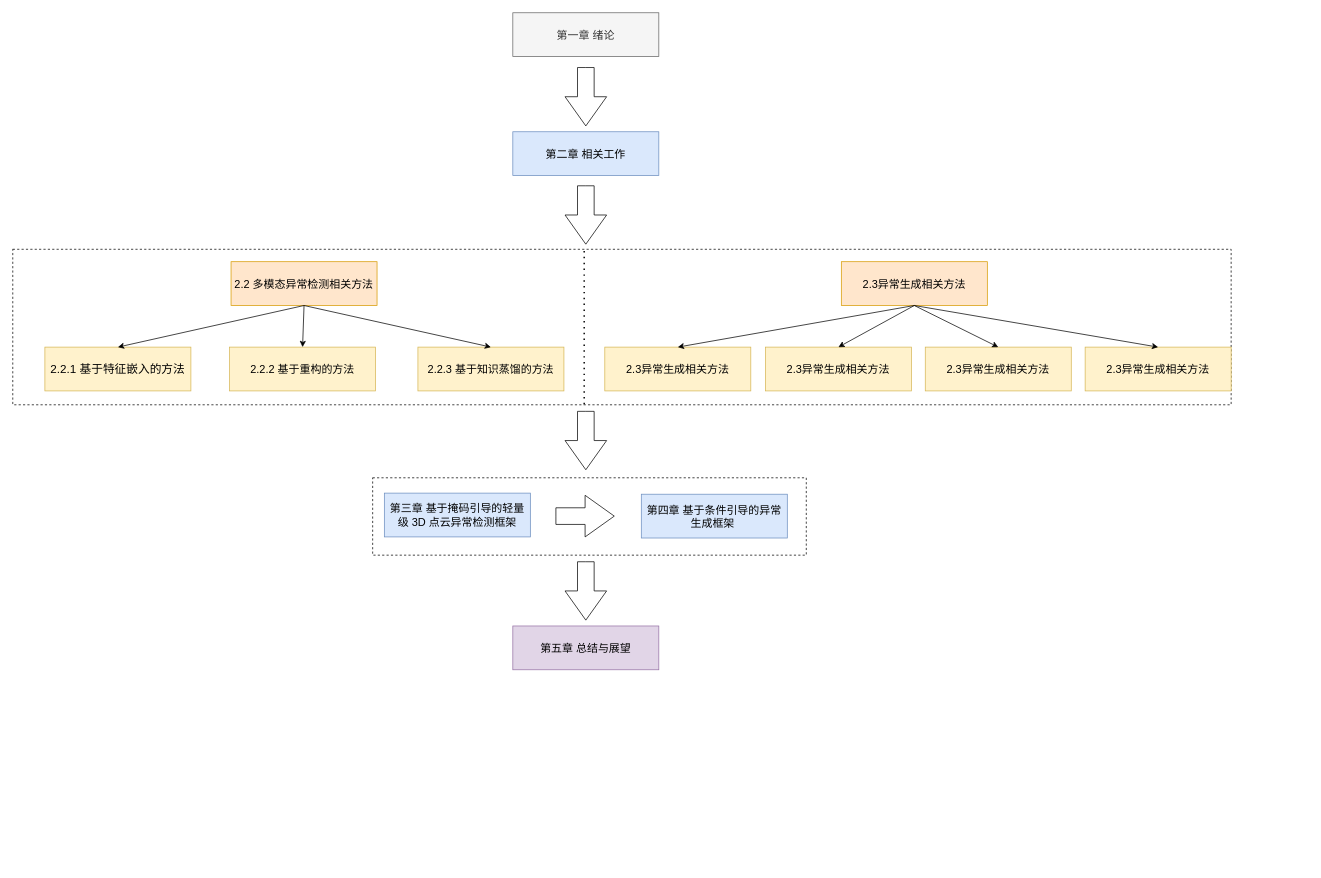
The draw.io diagram 论文框架.drawio in Kuzma77/Picture, before the edit. Source tidied: cells renumbered, new cells numbered last; positions are measured from the earlier drawing's top-left corner, leaving out a move shared by most shapes. Both pictures are drawn from the tidied source at 73%, with x=0, y=0 at pixel (12, 12).
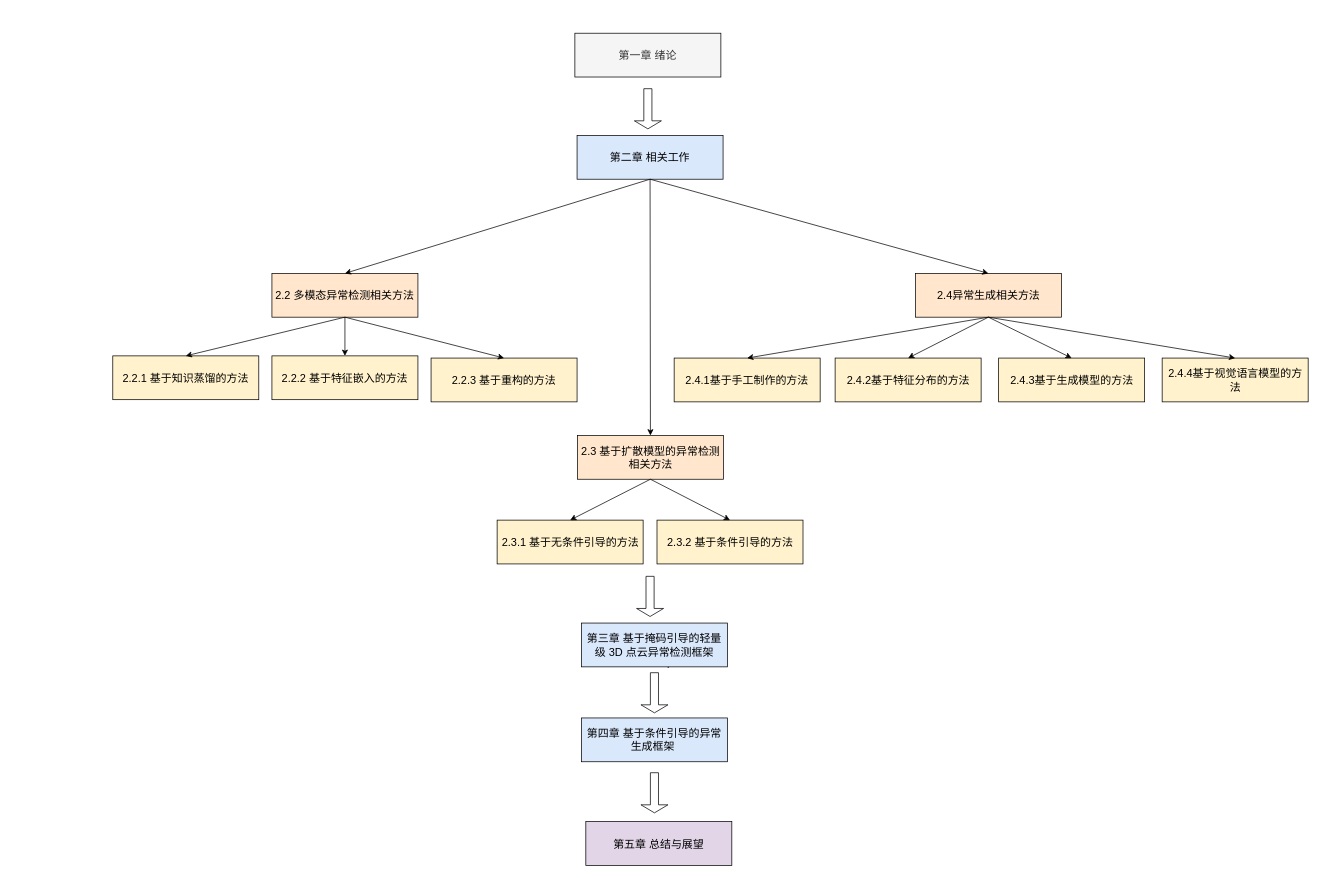
The same page after the edit.

Commit message:
更新论文框架.drawio

What changed in the source:
```diff
@@
-    <mxCell id="2" value="第一章 绪论" style="rounded=0;whiteSpace=wrap;html=1;fontFamily=Helvetica;fontStyle=0;fontSize=15;fillColor=#f5f5f5;strokeColor=#666666;fontColor=#333333;" parent="1" vertex="1">
-      <mxGeometry x="685" width="200" height="60" as="geometry" />
+    <mxCell id="2" value="第一章 绪论" style="rounded=0;whiteSpace=wrap;html=1;fontFamily=Helvetica;fontStyle=0;fontSize=15;fillColor=#f5f5f5;strokeColor=#000000;fontColor=#333333;" parent="1" vertex="1">
+      <mxGeometry x="770" y="28" width="200" height="60" as="geometry" />
     </mxCell>
-    <mxCell id="3" value="第二章 相关工作" style="rounded=0;whiteSpace=wrap;html=1;fontFamily=Helvetica;fontStyle=0;fontSize=15;fillColor=#dae8fc;strokeColor=#6c8ebf;" parent="1" vertex="1">
-      <mxGeometry x="685" y="163" width="200" height="60" as="geometry" />
+    <mxCell id="3" value="第二章 相关工作" style="rounded=0;whiteSpace=wrap;html=1;fontFamily=Helvetica;fontStyle=0;fontSize=15;fillColor=#dae8fc;strokeColor=#000000;" parent="1" vertex="1">
+      <mxGeometry x="773" y="168" width="200" height="60" as="geometry" />
     </mxCell>
-    <mxCell id="4" value="第五章 总结与展望" style="rounded=0;whiteSpace=wrap;html=1;fontFamily=Helvetica;fontStyle=0;fontSize=15;fillColor=#e1d5e7;strokeColor=#9673a6;" parent="1" vertex="1">
-      <mxGeometry x="685" y="840" width="200" height="60" as="geometry" />
+    <mxCell id="4" value="第五章 总结与展望" style="rounded=0;whiteSpace=wrap;html=1;fontFamily=Helvetica;fontStyle=0;fontSize=15;fillColor=#e1d5e7;strokeColor=#000000;" parent="1" vertex="1">
+      <mxGeometry x="785" y="1108" width="200" height="60" as="geometry" />
     </mxCell>
-    <mxCell id="5" style="html=1;shadow=0;dashed=0;align=center;verticalAlign=middle;shape=mxgraph.arrows2.arrow;dy=0.6;dx=40;direction=south;notch=0;" parent="1" vertex="1">
-      <mxGeometry x="756.5" y="75" width="57" height="80" as="geometry" />
-    </mxCell>
-    <mxCell id="6" style="html=1;shadow=0;dashed=0;align=center;verticalAlign=middle;shape=mxgraph.arrows2.arrow;dy=0.6;dx=40;direction=south;notch=0;" parent="1" vertex="1">
-      <mxGeometry x="756.5" y="237" width="57" height="80" as="geometry" />
-    </mxCell>
-    <mxCell id="7" style="html=1;shadow=0;dashed=0;align=center;verticalAlign=middle;shape=mxgraph.arrows2.arrow;dy=0.6;dx=40;direction=south;notch=0;" parent="1" vertex="1">
-      <mxGeometry x="756.5" y="546" width="57" height="80" as="geometry" />
-    </mxCell>
-    <mxCell id="8" style="html=1;shadow=0;dashed=0;align=center;verticalAlign=middle;shape=mxgraph.arrows2.arrow;dy=0.6;dx=40;direction=south;notch=0;" parent="1" vertex="1">
-      <mxGeometry x="756.5" y="752" width="57" height="80" as="geometry" />
-    </mxCell>
-    <mxCell id="9" style="group;" parent="1" vertex="1">
-      <mxGeometry y="324" width="1669" height="213" as="geometry" />
-    </mxCell>
-    <mxCell id="10" style="rounded=0;whiteSpace=wrap;html=1;dashed=1;" parent="9" vertex="1">
-      <mxGeometry width="1669" height="213" as="geometry" />
-    </mxCell>
+    <mxCell id="33" style="shape=singleArrow;whiteSpace=wrap;html=1;direction=south;" parent="1" vertex="1">
+      <mxGeometry x="851.5" y="104" width="37" height="55" as="geometry" />
+    </mxCell>
+    <mxCell id="34" style="shape=singleArrow;whiteSpace=wrap;html=1;direction=south;" parent="1" vertex="1">
+      <mxGeometry x="854.5" y="772" width="37" height="55" as="geometry" />
+    </mxCell>
+    <mxCell id="35" style="group;" parent="1" vertex="1">
+      <mxGeometry x="137" y="357" width="636" height="176" as="geometry" />
+    </mxCell>
-    <mxCell id="11" value="2.2 多模态异常检测相关方法" style="rounded=0;whiteSpace=wrap;html=1;fontFamily=Helvetica;fontStyle=0;fontSize=15;fillColor=#ffe6cc;strokeColor=#d79b00;" parent="9" vertex="1">
-      <mxGeometry x="299" y="17" width="200" height="60" as="geometry" />
+    <mxCell id="11" value="2.2 多模态异常检测相关方法" style="rounded=0;whiteSpace=wrap;html=1;fontFamily=Helvetica;fontStyle=0;fontSize=15;fillColor=#ffe6cc;strokeColor=#000000;align=center;" parent="35" vertex="1">
+      <mxGeometry x="218" width="200" height="60" as="geometry" />
     </mxCell>
-    <mxCell id="12" value="2.3异常生成相关方法" style="rounded=0;whiteSpace=wrap;html=1;fontFamily=Helvetica;fontStyle=0;fontSize=15;fillColor=#ffe6cc;strokeColor=#d79b00;" parent="9" vertex="1">
-      <mxGeometry x="1135" y="17" width="200" height="60" as="geometry" />
-    </mxCell>
-    <mxCell id="13" value="2.2.1 基于特征嵌入的方法" style="rounded=0;whiteSpace=wrap;html=1;fontFamily=Helvetica;fontStyle=0;fontSize=16;fillColor=#fff2cc;strokeColor=#d6b656;" parent="9" vertex="1">
-      <mxGeometry x="44" y="134" width="200" height="60" as="geometry" />
-    </mxCell>
-    <mxCell id="14" value="2.2.2 基于重构的方法" style="rounded=0;whiteSpace=wrap;html=1;fontFamily=Helvetica;fontStyle=0;fontSize=15;fillColor=#fff2cc;strokeColor=#d6b656;" parent="9" vertex="1">
-      <mxGeometry x="297" y="134" width="200" height="60" as="geometry" />
+    <mxCell id="14" value="2.2.2 基于特征嵌入的方法" style="rounded=0;whiteSpace=wrap;html=1;fontFamily=Helvetica;fontStyle=0;fontSize=15;fillColor=#fff2cc;strokeColor=#000000;align=center;" parent="35" vertex="1">
+      <mxGeometry x="218" y="113" width="200" height="60" as="geometry" />
     </mxCell>
-    <mxCell id="15" value="2.2.3 基于知识蒸馏的方法" style="rounded=0;whiteSpace=wrap;html=1;fontFamily=Helvetica;fontStyle=0;fontSize=15;fillColor=#fff2cc;strokeColor=#d6b656;" parent="9" vertex="1">
-      <mxGeometry x="555" y="134" width="200" height="60" as="geometry" />
+    <mxCell id="15" value="2.2.3 基于重构的方法" style="rounded=0;whiteSpace=wrap;html=1;fontFamily=Helvetica;fontStyle=0;fontSize=15;fillColor=#fff2cc;strokeColor=#000000;align=center;" parent="35" vertex="1">
+      <mxGeometry x="436" y="116" width="200" height="60" as="geometry" />
     </mxCell>
+    <mxCell id="36" value="2.2.1 基于知识蒸馏的方法" style="rounded=0;whiteSpace=wrap;html=1;fontFamily=Helvetica;fontStyle=0;fontSize=15;fillColor=#fff2cc;strokeColor=#000000;align=center;" parent="35" vertex="1">
+      <mxGeometry y="113" width="200" height="60" as="geometry" />
+    </mxCell>
+    <mxCell id="37" style="endArrow=classic;html=1;rounded=0;exitX=0.5;exitY=1;exitDx=0;exitDy=0;entryX=0.5;entryY=0;entryDx=0;entryDy=0;" parent="35" edge="1" source="11" target="36">
+      <mxGeometry relative="1" as="geometry" />
+    </mxCell>
+    <mxCell id="21" style="endArrow=classic;html=1;rounded=0;exitX=0.5;exitY=1;exitDx=0;exitDy=0;entryX=0.5;entryY=0;entryDx=0;entryDy=0;" parent="35" edge="1" source="11" target="14">
+      <mxGeometry relative="1" as="geometry" />
+    </mxCell>
+    <mxCell id="22" style="endArrow=classic;html=1;rounded=0;exitX=0.5;exitY=1;exitDx=0;exitDy=0;entryX=0.5;entryY=0;entryDx=0;entryDy=0;" parent="35" edge="1" source="11" target="15">
+      <mxGeometry relative="1" as="geometry" />
+    </mxCell>
+    <mxCell id="38" style="group;" parent="1" vertex="1">
+      <mxGeometry x="663.5" y="579" width="419" height="176" as="geometry" />
+    </mxCell>
+    <mxCell id="39" value="2.3 基于扩散模型的异常检测相关方法" style="rounded=0;whiteSpace=wrap;html=1;fontFamily=Helvetica;fontStyle=0;fontSize=15;fillColor=#ffe6cc;strokeColor=#000000;align=center;" parent="38" vertex="1">
+      <mxGeometry x="110" width="200" height="60" as="geometry" />
+    </mxCell>
+    <mxCell id="40" value="2.3.1 基于无条件引导的方法" style="rounded=0;whiteSpace=wrap;html=1;fontFamily=Helvetica;fontStyle=0;fontSize=15;fillColor=#fff2cc;strokeColor=#000000;align=center;" parent="38" vertex="1">
+      <mxGeometry y="116" width="200" height="60" as="geometry" />
+    </mxCell>
+    <mxCell id="41" value="2.3.2 基于条件引导的方法" style="rounded=0;whiteSpace=wrap;html=1;fontFamily=Helvetica;fontStyle=0;fontSize=15;fillColor=#fff2cc;strokeColor=#000000;align=center;" parent="38" vertex="1">
+      <mxGeometry x="219" y="116" width="200" height="60" as="geometry" />
+    </mxCell>
+    <mxCell id="42" style="endArrow=classic;html=1;rounded=0;exitX=0.5;exitY=1;exitDx=0;exitDy=0;entryX=0.5;entryY=0;entryDx=0;entryDy=0;" parent="38" edge="1" source="39" target="40">
+      <mxGeometry relative="1" as="geometry" />
+    </mxCell>
+    <mxCell id="43" style="endArrow=classic;html=1;rounded=0;exitX=0.5;exitY=1;exitDx=0;exitDy=0;entryX=0.5;entryY=0;entryDx=0;entryDy=0;" parent="38" edge="1" source="39" target="41">
+      <mxGeometry relative="1" as="geometry" />
+    </mxCell>
+    <mxCell id="44" style="group;" parent="1" vertex="1">
+      <mxGeometry x="906" y="357" width="868.5" height="176" as="geometry" />
+    </mxCell>
+    <mxCell id="12" value="2.4异常生成相关方法" style="rounded=0;whiteSpace=wrap;html=1;fontFamily=Helvetica;fontStyle=0;fontSize=15;fillColor=#ffe6cc;strokeColor=#000000;align=center;" parent="44" vertex="1">
+      <mxGeometry x="330.5" width="200" height="60" as="geometry" />
+    </mxCell>
-    <mxCell id="16" value="2.3异常生成相关方法" style="rounded=0;whiteSpace=wrap;html=1;fontFamily=Helvetica;fontStyle=0;fontSize=15;fillColor=#fff2cc;strokeColor=#d6b656;" parent="9" vertex="1">
-      <mxGeometry x="811" y="134" width="200" height="60" as="geometry" />
+    <mxCell id="16" value="2.4.1基于手工制作的方法" style="rounded=0;whiteSpace=wrap;html=1;fontFamily=Helvetica;fontStyle=0;fontSize=15;fillColor=#fff2cc;strokeColor=#000000;align=center;" parent="44" vertex="1">
+      <mxGeometry y="116" width="200" height="60" as="geometry" />
     </mxCell>
-    <mxCell id="17" value="2.3异常生成相关方法" style="rounded=0;whiteSpace=wrap;html=1;fontFamily=Helvetica;fontStyle=0;fontSize=15;fillColor=#fff2cc;strokeColor=#d6b656;" parent="9" vertex="1">
-      <mxGeometry x="1031" y="134" width="200" height="60" as="geometry" />
+    <mxCell id="17" value="2.4.2基于特征分布的方法" style="rounded=0;whiteSpace=wrap;html=1;fontFamily=Helvetica;fontStyle=0;fontSize=15;fillColor=#fff2cc;strokeColor=#000000;align=center;" parent="44" vertex="1">
+      <mxGeometry x="220.5" y="116" width="200" height="60" as="geometry" />
     </mxCell>
-    <mxCell id="18" value="2.3异常生成相关方法" style="rounded=0;whiteSpace=wrap;html=1;fontFamily=Helvetica;fontStyle=0;fontSize=15;fillColor=#fff2cc;strokeColor=#d6b656;" parent="9" vertex="1">
-      <mxGeometry x="1250" y="134" width="200" height="60" as="geometry" />
+    <mxCell id="18" value="2.4.3基于生成模型的方法" style="rounded=0;whiteSpace=wrap;html=1;fontFamily=Helvetica;fontStyle=0;fontSize=15;fillColor=#fff2cc;strokeColor=#000000;align=center;" parent="44" vertex="1">
+      <mxGeometry x="444.5" y="116" width="200" height="60" as="geometry" />
     </mxCell>
-    <mxCell id="19" value="2.3异常生成相关方法" style="rounded=0;whiteSpace=wrap;html=1;fontFamily=Helvetica;fontStyle=0;fontSize=15;fillColor=#fff2cc;strokeColor=#d6b656;" parent="9" vertex="1">
-      <mxGeometry x="1469" y="134" width="200" height="60" as="geometry" />
+    <mxCell id="19" value="2.4.4基于视觉语言模型的方法" style="rounded=0;whiteSpace=wrap;html=1;fontFamily=Helvetica;fontStyle=0;fontSize=15;fillColor=#fff2cc;strokeColor=#000000;align=center;" parent="44" vertex="1">
+      <mxGeometry x="668.5" y="116" width="200" height="60" as="geometry" />
     </mxCell>
-    <mxCell id="20" style="endArrow=classic;html=1;rounded=0;exitX=0.5;exitY=1;exitDx=0;exitDy=0;entryX=0.5;entryY=0;entryDx=0;entryDy=0;" parent="9" edge="1" source="11" target="13">
-      <mxGeometry relative="1" as="geometry" />
-    </mxCell>
-    <mxCell id="21" style="endArrow=classic;html=1;rounded=0;exitX=0.5;exitY=1;exitDx=0;exitDy=0;entryX=0.5;entryY=0;entryDx=0;entryDy=0;" parent="9" edge="1" source="11" target="14">
-      <mxGeometry relative="1" as="geometry" />
-    </mxCell>
-    <mxCell id="22" style="endArrow=classic;html=1;rounded=0;exitX=0.5;exitY=1;exitDx=0;exitDy=0;entryX=0.5;entryY=0;entryDx=0;entryDy=0;" parent="9" edge="1" source="11" target="15">
-      <mxGeometry relative="1" as="geometry" />
-    </mxCell>
+    <mxCell id="24" style="endArrow=classic;html=1;rounded=0;exitX=0.5;exitY=1;exitDx=0;exitDy=0;entryX=0.5;entryY=0;entryDx=0;entryDy=0;" parent="44" edge="1" source="12" target="17">
+      <mxGeometry relative="1" as="geometry" />
+    </mxCell>
-    <mxCell id="23" style="endArrow=classic;html=1;rounded=0;exitX=0.5;exitY=1;exitDx=0;exitDy=0;entryX=0.5;entryY=0;entryDx=0;entryDy=0;" parent="9" edge="1" source="12" target="16">
+    <mxCell id="23" style="endArrow=classic;html=1;rounded=0;exitX=0.5;exitY=1;exitDx=0;exitDy=0;entryX=0.5;entryY=0;entryDx=0;entryDy=0;" parent="44" edge="1" source="12" target="16">
       <mxGeometry relative="1" as="geometry" />
     </mxCell>
-    <mxCell id="24" style="endArrow=classic;html=1;rounded=0;exitX=0.5;exitY=1;exitDx=0;exitDy=0;entryX=0.5;entryY=0;entryDx=0;entryDy=0;" parent="9" edge="1" source="12" target="17">
-      <mxGeometry relative="1" as="geometry" />
-    </mxCell>
-    <mxCell id="25" style="endArrow=classic;html=1;rounded=0;exitX=0.5;exitY=1;exitDx=0;exitDy=0;entryX=0.5;entryY=0;entryDx=0;entryDy=0;" parent="9" edge="1" source="12" target="18">
+    <mxCell id="25" style="endArrow=classic;html=1;rounded=0;exitX=0.5;exitY=1;exitDx=0;exitDy=0;entryX=0.5;entryY=0;entryDx=0;entryDy=0;" parent="44" edge="1" source="12" target="18">
       <mxGeometry relative="1" as="geometry" />
     </mxCell>
-    <mxCell id="26" style="endArrow=classic;html=1;rounded=0;exitX=0.5;exitY=1;exitDx=0;exitDy=0;entryX=0.5;entryY=0;entryDx=0;entryDy=0;" parent="9" edge="1" source="12" target="19">
+    <mxCell id="26" style="endArrow=classic;html=1;rounded=0;exitX=0.5;exitY=1;exitDx=0;exitDy=0;entryX=0.5;entryY=0;entryDx=0;entryDy=0;" parent="44" edge="1" source="12" target="19">
       <mxGeometry relative="1" as="geometry" />
     </mxCell>
-    <mxCell id="27" style="endArrow=none;dashed=1;html=1;dashPattern=1 3;strokeWidth=2;rounded=0;entryX=0.469;entryY=0.003;entryDx=0;entryDy=0;entryPerimeter=0;exitX=0.469;exitY=0.997;exitDx=0;exitDy=0;exitPerimeter=0;" parent="9" edge="1" source="10" target="10">
-      <mxGeometry relative="1" as="geometry" />
-    </mxCell>
-    <mxCell id="28" style="group;" parent="1" vertex="1">
-      <mxGeometry x="493" y="637" width="594" height="106" as="geometry" />
-    </mxCell>
-    <mxCell id="29" style="rounded=0;whiteSpace=wrap;html=1;dashed=1;" parent="28" vertex="1">
-      <mxGeometry width="594" height="106" as="geometry" />
-    </mxCell>
+    <mxCell id="45" style="endArrow=classic;html=1;rounded=0;exitX=0.5;exitY=1;exitDx=0;exitDy=0;entryX=0.5;entryY=0;entryDx=0;entryDy=0;" parent="1" edge="1" source="3" target="11">
+      <mxGeometry relative="1" as="geometry" />
+    </mxCell>
+    <mxCell id="46" style="endArrow=classic;html=1;rounded=0;entryX=0.5;entryY=0;entryDx=0;entryDy=0;exitX=0.5;exitY=1;exitDx=0;exitDy=0;" parent="1" edge="1" source="3" target="39">
+      <mxGeometry relative="1" as="geometry" />
+    </mxCell>
+    <mxCell id="47" style="endArrow=classic;html=1;rounded=0;exitX=0.5;exitY=1;exitDx=0;exitDy=0;entryX=0.5;entryY=0;entryDx=0;entryDy=0;" parent="1" edge="1" source="3" target="12">
+      <mxGeometry relative="1" as="geometry" />
+    </mxCell>
+    <mxCell id="48" style="shape=singleArrow;whiteSpace=wrap;html=1;direction=south;" parent="1" vertex="1">
+      <mxGeometry x="860.5" y="1041" width="37" height="55" as="geometry" />
+    </mxCell>
+    <mxCell id="49" style="group;" parent="1" vertex="1">
+      <mxGeometry x="779" y="836" width="200" height="190" as="geometry" />
+    </mxCell>
+    <mxCell id="50" style="shape=singleArrow;whiteSpace=wrap;html=1;" parent="49" vertex="1">
+      <mxGeometry x="74.8" y="24.2" width="55" height="37" as="geometry" />
+    </mxCell>
-    <mxCell id="30" value="第三章 基于掩码引导的轻量级 3D 点云异常检测框架" style="rounded=0;whiteSpace=wrap;html=1;fontFamily=Helvetica;fontStyle=0;fontSize=15;fillColor=#dae8fc;strokeColor=#6c8ebf;" parent="28" vertex="1">
-      <mxGeometry x="16" y="21" width="200" height="60" as="geometry" />
+    <mxCell id="30" value="第三章 基于掩码引导的轻量级 3D 点云异常检测框架" style="rounded=0;whiteSpace=wrap;html=1;fontFamily=Helvetica;fontStyle=0;fontSize=15;fillColor=#dae8fc;strokeColor=#000000;" parent="49" vertex="1">
+      <mxGeometry width="200" height="60" as="geometry" />
     </mxCell>
-    <mxCell id="31" value="第四章 基于条件引导的异常生成框架&amp;nbsp;" style="rounded=0;whiteSpace=wrap;html=1;fontFamily=Helvetica;fontStyle=0;fontSize=15;fillColor=#dae8fc;strokeColor=#6c8ebf;" parent="28" vertex="1">
-      <mxGeometry x="368" y="22.5" width="200" height="60" as="geometry" />
+    <mxCell id="31" value="第四章 基于条件引导的异常生成框架&amp;nbsp;" style="rounded=0;whiteSpace=wrap;html=1;fontFamily=Helvetica;fontStyle=0;fontSize=15;fillColor=#dae8fc;strokeColor=#000000;" parent="49" vertex="1">
+      <mxGeometry y="130" width="200" height="60" as="geometry" />
     </mxCell>
-    <mxCell id="32" style="html=1;shadow=0;dashed=0;align=center;verticalAlign=middle;shape=mxgraph.arrows2.arrow;dy=0.6;dx=40;direction=east;notch=0;" parent="28" vertex="1">
-      <mxGeometry x="251" y="24" width="80" height="57" as="geometry" />
-    </mxCell>
+    <mxCell id="51" style="shape=singleArrow;whiteSpace=wrap;html=1;direction=south;" parent="49" vertex="1">
+      <mxGeometry x="81.5" y="68" width="37" height="55" as="geometry" />
+    </mxCell>
```
